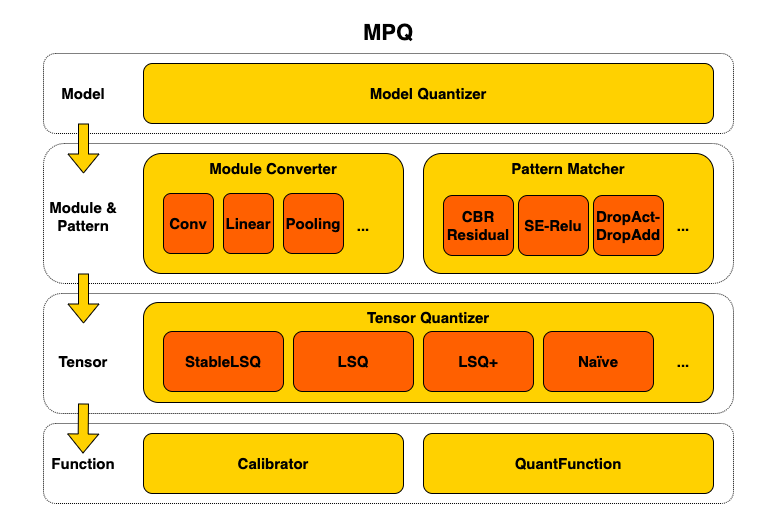
Above: assets/architecture.png in xingyueye/pytorch-quantization (draw.io), before the change. Source tidied: cells renumbered, new cells last; positions are measured from the earlier drawing's top-left corner, leaving out a move shared by most shapes.
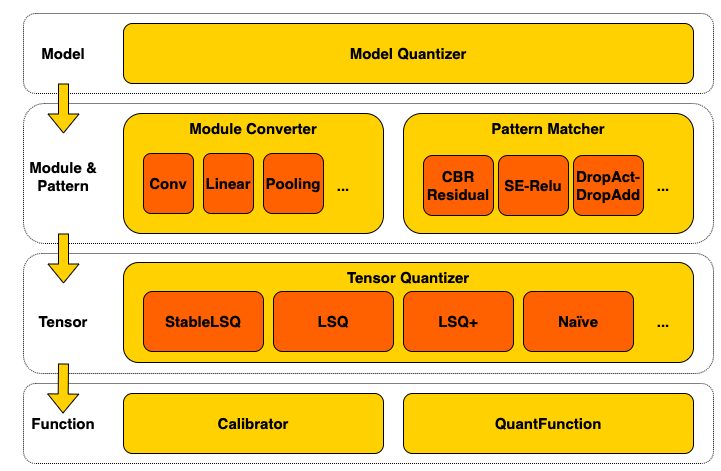
Above is the later version.

The edit, as a diff of the source:
```diff
@@ -5,9 +5,6 @@
     <mxCell id="2" style="rounded=1;whiteSpace=wrap;html=1;fontStyle=1;fontSize=15;verticalAlign=top;fillColor=none;dashed=1;dashPattern=1 1;" parent="1" vertex="1">
       <mxGeometry x="30" y="410" width="690" height="80" as="geometry" />
     </mxCell>
-    <mxCell id="3" value="&lt;font style=&quot;font-size: 22px&quot;&gt;MPQ&lt;/font&gt;" style="rounded=1;whiteSpace=wrap;html=1;fontStyle=1;fontSize=15;verticalAlign=top;fillColor=none;dashed=1;dashPattern=1 1;strokeColor=none;" parent="1" vertex="1">
-      <mxGeometry width="750" height="510" as="geometry" />
-    </mxCell>
     <mxCell id="4" style="rounded=1;whiteSpace=wrap;html=1;fontStyle=1;fontSize=15;verticalAlign=top;fillColor=none;dashed=1;dashPattern=1 1;" parent="1" vertex="1">
       <mxGeometry x="30" y="40" width="690" height="80" as="geometry" />
     </mxCell>
```
